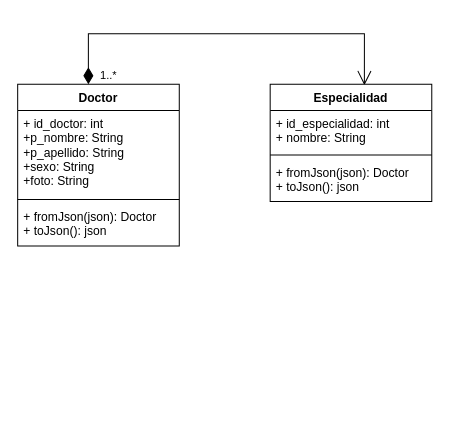
Before: page "Page-1" (1 of 2) of Diagrama_de_clases_flutter.drawio in Teidue/paper2flutter, a draw.io diagram. Source tidied: cells renumbered, new cells numbered last; positions are measured from the earlier drawing's top-left corner, leaving out a move shared by most shapes. Both pictures are drawn from the tidied source at 101%, with x=0, y=0 at pixel (17, 33).
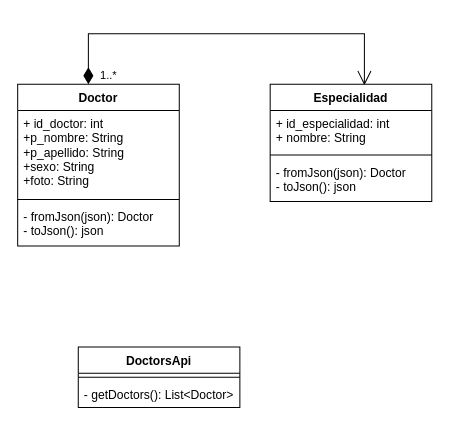
Above is the later version.

Commit message (it also covers changes not shown here):
Vistas flutter done

Diff of the diagram source:
```diff
@@
 <mxGraphModel>
   <root>
     <mxCell id="0" />
     <mxCell id="1" parent="0" />
     <mxCell id="2" value="Doctor" style="swimlane;fontStyle=1;align=center;verticalAlign=top;horizontal=1;startSize=26;" parent="1" vertex="1">
       <mxGeometry y="50" width="160" height="160" as="geometry" />
     </mxCell>
     <mxCell id="3" value="1..*" style="endArrow=open;html=1;endSize=12;startArrow=diamondThin;startSize=14;startFill=1;edgeStyle=orthogonalEdgeStyle;align=left;verticalAlign=bottom;rounded=0;entryX=0.583;entryY=0.007;entryDx=0;entryDy=0;entryPerimeter=0;" parent="2" edge="1" target="7">
       <mxGeometry x="-1" y="-10" relative="1" as="geometry">
         <mxPoint x="70" as="sourcePoint" />
         <Array as="points">
           <mxPoint x="70" y="-50" />
           <mxPoint x="343" y="-50" />
         </Array>
       </mxGeometry>
     </mxCell>
     <mxCell id="4" value="+ id_doctor: int&#10;+p_nombre: String&#10;+p_apellido: String&#10;+sexo: String&#10;+foto: String" style="text;strokeColor=none;fillColor=none;align=left;verticalAlign=top;spacingLeft=4;spacingRight=4;overflow=hidden;" parent="2" vertex="1">
       <mxGeometry y="26" width="160" height="84" as="geometry" />
     </mxCell>
     <mxCell id="5" style="line;strokeWidth=1;fillColor=none;align=left;verticalAlign=middle;spacingTop=-1;spacingLeft=3;spacingRight=3;labelPosition=right;" parent="2" vertex="1">
       <mxGeometry y="110" width="160" height="8" as="geometry" />
     </mxCell>
-    <mxCell id="6" value="+ fromJson(json): Doctor&#10;+ toJson(): json" style="text;strokeColor=none;fillColor=none;align=left;verticalAlign=top;spacingLeft=4;spacingRight=4;overflow=hidden;" parent="2" vertex="1">
+    <mxCell id="6" value="- fromJson(json): Doctor&#10;- toJson(): json" style="text;strokeColor=none;fillColor=none;align=left;verticalAlign=top;spacingLeft=4;spacingRight=4;overflow=hidden;" parent="2" vertex="1">
       <mxGeometry y="118" width="160" height="42" as="geometry" />
     </mxCell>
     <mxCell id="7" value="Especialidad" style="swimlane;fontStyle=1;align=center;verticalAlign=top;horizontal=1;startSize=26;" parent="1" vertex="1">
       <mxGeometry x="250" y="50" width="160" height="116" as="geometry" />
     </mxCell>
     <mxCell id="8" value="+ id_especialidad: int&#10;+ nombre: String" style="text;strokeColor=none;fillColor=none;align=left;verticalAlign=top;spacingLeft=4;spacingRight=4;overflow=hidden;" parent="7" vertex="1">
       <mxGeometry y="26" width="160" height="40" as="geometry" />
     </mxCell>
     <mxCell id="9" style="line;strokeWidth=1;fillColor=none;align=left;verticalAlign=middle;spacingTop=-1;spacingLeft=3;spacingRight=3;labelPosition=right;" parent="7" vertex="1">
       <mxGeometry y="66" width="160" height="8" as="geometry" />
     </mxCell>
-    <mxCell id="10" value="+ fromJson(json): Doctor&#10;+ toJson(): json" style="text;strokeColor=none;fillColor=none;align=left;verticalAlign=top;spacingLeft=4;spacingRight=4;overflow=hidden;" parent="7" vertex="1">
+    <mxCell id="10" value="- fromJson(json): Doctor&#10;- toJson(): json" style="text;strokeColor=none;fillColor=none;align=left;verticalAlign=top;spacingLeft=4;spacingRight=4;overflow=hidden;" parent="7" vertex="1">
       <mxGeometry y="74" width="160" height="42" as="geometry" />
     </mxCell>
+    <mxCell id="11" value="DoctorsApi" style="swimlane;fontStyle=1;align=center;verticalAlign=top;horizontal=1;startSize=26;" parent="1" vertex="1">
+      <mxGeometry x="60" y="310" width="160" height="60" as="geometry" />
+    </mxCell>
+    <mxCell id="12" style="line;strokeWidth=1;fillColor=none;align=left;verticalAlign=middle;spacingTop=-1;spacingLeft=3;spacingRight=3;labelPosition=right;" parent="11" vertex="1">
+      <mxGeometry y="26" width="160" height="8" as="geometry" />
+    </mxCell>
+    <mxCell id="13" value="- getDoctors(): List&lt;Doctor&gt;" style="text;strokeColor=none;fillColor=none;align=left;verticalAlign=top;spacingLeft=4;spacingRight=4;overflow=hidden;" parent="11" vertex="1">
+      <mxGeometry y="34" width="160" height="26" as="geometry" />
+    </mxCell>
   </root>
 </mxGraphModel>
```
